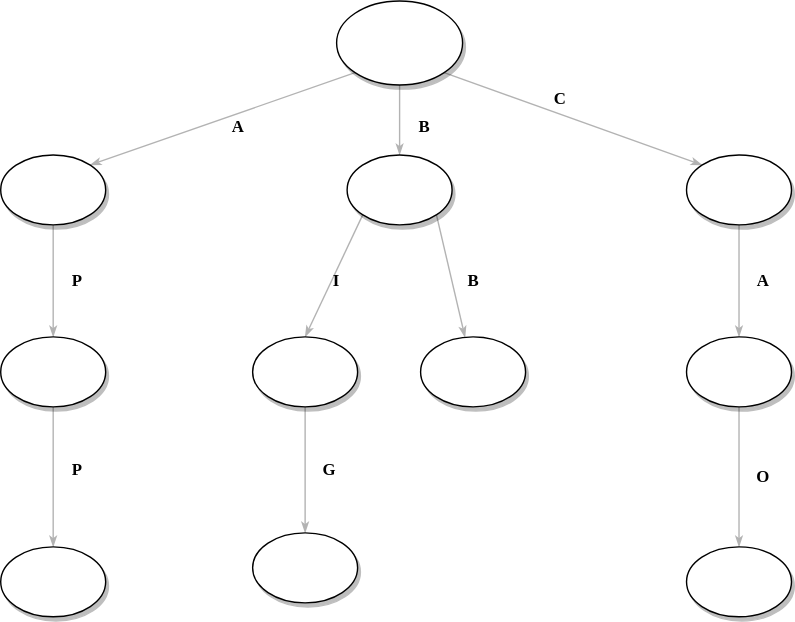
Earlier version of the draw.io export BasicComputerScience/Imgs/TrieDiagram.svg (HUAZHEYINy/NOTE). Source tidied: cells renumbered, new cells last; positions are measured from the earlier drawing's top-left corner, leaving out a move shared by most shapes.
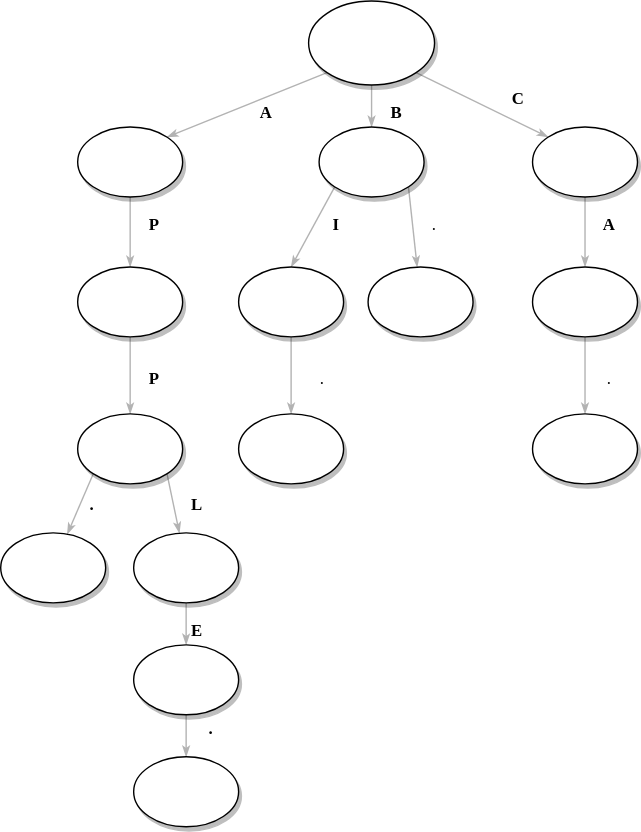
Above is the later version.

Change to the diagram source:
```diff
@@ -21,79 +21,118 @@
       <mxGeometry relative="1" as="geometry" />
     </mxCell>
     <mxCell id="8" style="ellipse;whiteSpace=wrap;html=1;rounded=0;shadow=1;comic=0;labelBackgroundColor=none;strokeWidth=1;fontFamily=Verdana;fontSize=12;align=center;" parent="1" vertex="1">
-      <mxGeometry x="247.5" y="110" width="75" height="50" as="geometry" />
+      <mxGeometry x="247.5" y="90" width="75" height="50" as="geometry" />
     </mxCell>
     <mxCell id="9" style="edgeStyle=none;rounded=1;html=1;labelBackgroundColor=none;startArrow=none;startFill=0;startSize=5;endArrow=classicThin;endFill=1;endSize=5;jettySize=auto;strokeColor=#B3B3B3;strokeWidth=1;fontFamily=Verdana;fontSize=12;" parent="1" edge="1" source="10" target="12">
       <mxGeometry relative="1" as="geometry" />
     </mxCell>
     <mxCell id="10" style="ellipse;whiteSpace=wrap;html=1;rounded=0;shadow=1;comic=0;labelBackgroundColor=none;strokeWidth=1;fontFamily=Verdana;fontSize=12;align=center;" parent="1" vertex="1">
-      <mxGeometry x="490" y="110" width="75" height="50" as="geometry" />
+      <mxGeometry x="400" y="90" width="75" height="50" as="geometry" />
     </mxCell>
     <mxCell id="11" style="edgeStyle=none;rounded=1;html=1;labelBackgroundColor=none;startArrow=none;startFill=0;startSize=5;endArrow=classicThin;endFill=1;endSize=5;jettySize=auto;strokeColor=#B3B3B3;strokeWidth=1;fontFamily=Verdana;fontSize=12;" parent="1" edge="1" source="12" target="13">
       <mxGeometry relative="1" as="geometry" />
     </mxCell>
     <mxCell id="12" style="ellipse;whiteSpace=wrap;html=1;rounded=0;shadow=1;comic=0;labelBackgroundColor=none;strokeWidth=1;fontFamily=Verdana;fontSize=12;align=center;" parent="1" vertex="1">
-      <mxGeometry x="490" y="240" width="75" height="50" as="geometry" />
+      <mxGeometry x="400" y="190" width="75" height="50" as="geometry" />
     </mxCell>
     <mxCell id="13" style="ellipse;whiteSpace=wrap;html=1;rounded=0;shadow=1;comic=0;labelBackgroundColor=none;strokeWidth=1;fontFamily=Verdana;fontSize=12;align=center;" parent="1" vertex="1">
-      <mxGeometry x="490" y="390" width="75" height="50" as="geometry" />
+      <mxGeometry x="400" y="295" width="75" height="50" as="geometry" />
     </mxCell>
     <mxCell id="14" style="edgeStyle=none;rounded=1;html=1;labelBackgroundColor=none;startArrow=none;startFill=0;startSize=5;endArrow=classicThin;endFill=1;endSize=5;jettySize=auto;strokeColor=#B3B3B3;strokeWidth=1;fontFamily=Verdana;fontSize=12;" parent="1" edge="1" source="15" target="17">
       <mxGeometry relative="1" as="geometry" />
     </mxCell>
     <mxCell id="15" style="ellipse;whiteSpace=wrap;html=1;rounded=0;shadow=1;comic=0;labelBackgroundColor=none;strokeWidth=1;fontFamily=Verdana;fontSize=12;align=center;" parent="1" vertex="1">
-      <mxGeometry y="110" width="75" height="50" as="geometry" />
+      <mxGeometry x="75" y="90" width="75" height="50" as="geometry" />
     </mxCell>
     <mxCell id="16" style="edgeStyle=none;jettySize=auto;html=1;exitX=0.5;exitY=1;exitDx=0;exitDy=0;labelBackgroundColor=none;startFill=0;startSize=5;endArrow=classicThin;endFill=1;endSize=5;strokeColor=#B3B3B3;strokeWidth=1;fontFamily=Verdana;fontSize=12;" parent="1" edge="1" source="17" target="18">
       <mxGeometry relative="1" as="geometry" />
     </mxCell>
     <mxCell id="17" style="ellipse;whiteSpace=wrap;html=1;rounded=0;shadow=1;comic=0;labelBackgroundColor=none;strokeWidth=1;fontFamily=Verdana;fontSize=12;align=center;" parent="1" vertex="1">
-      <mxGeometry y="240" width="75" height="50" as="geometry" />
+      <mxGeometry x="75" y="190" width="75" height="50" as="geometry" />
     </mxCell>
+    <mxCell id="33" style="edgeStyle=none;jettySize=auto;html=1;exitX=0;exitY=1;exitDx=0;exitDy=0;labelBackgroundColor=none;startFill=0;startSize=5;endArrow=classicThin;endFill=1;endSize=5;strokeColor=#B3B3B3;strokeWidth=1;fontFamily=Verdana;fontSize=12;" parent="1" edge="1" source="18" target="35">
+      <mxGeometry relative="1" as="geometry" />
+    </mxCell>
+    <mxCell id="34" style="edgeStyle=none;jettySize=auto;html=1;exitX=1;exitY=1;exitDx=0;exitDy=0;labelBackgroundColor=none;startFill=0;startSize=5;endArrow=classicThin;endFill=1;endSize=5;strokeColor=#B3B3B3;strokeWidth=1;fontFamily=Verdana;fontSize=12;" parent="1" edge="1" source="18" target="37">
+      <mxGeometry relative="1" as="geometry" />
+    </mxCell>
     <mxCell id="18" style="ellipse;whiteSpace=wrap;html=1;rounded=0;shadow=1;comic=0;labelBackgroundColor=none;strokeWidth=1;fontFamily=Verdana;fontSize=12;align=center;" parent="1" vertex="1">
-      <mxGeometry y="390" width="75" height="50" as="geometry" />
+      <mxGeometry x="75" y="295" width="75" height="50" as="geometry" />
     </mxCell>
     <mxCell id="19" value="&lt;b&gt;A&lt;/b&gt;" style="text;html=1;strokeColor=none;fillColor=none;align=center;verticalAlign=middle;whiteSpace=wrap;rounded=0;fontFamily=Verdana;fontSize=12;" parent="1" vertex="1">
-      <mxGeometry x="150" y="80" width="40" height="20" as="geometry" />
+      <mxGeometry x="190" y="70" width="40" height="20" as="geometry" />
     </mxCell>
     <mxCell id="20" value="&lt;b&gt;B&lt;/b&gt;" style="text;html=1;strokeColor=none;fillColor=none;align=center;verticalAlign=middle;whiteSpace=wrap;rounded=0;fontFamily=Verdana;fontSize=12;" parent="1" vertex="1">
-      <mxGeometry x="282.5" y="80" width="40" height="20" as="geometry" />
+      <mxGeometry x="282.5" y="70" width="40" height="20" as="geometry" />
     </mxCell>
     <mxCell id="21" value="&lt;b&gt;C&lt;/b&gt;" style="text;html=1;strokeColor=none;fillColor=none;align=center;verticalAlign=middle;whiteSpace=wrap;rounded=0;fontFamily=Verdana;fontSize=12;" parent="1" vertex="1">
-      <mxGeometry x="380" y="60" width="40" height="20" as="geometry" />
+      <mxGeometry x="370" y="60" width="40" height="20" as="geometry" />
     </mxCell>
     <mxCell id="22" value="&lt;b&gt;P&lt;/b&gt;" style="text;html=1;strokeColor=none;fillColor=none;align=center;verticalAlign=middle;whiteSpace=wrap;rounded=0;fontFamily=Verdana;fontSize=12;" parent="1" vertex="1">
-      <mxGeometry x="35" y="190" width="40" height="20" as="geometry" />
+      <mxGeometry x="110" y="150" width="40" height="20" as="geometry" />
     </mxCell>
     <mxCell id="23" value="&lt;b&gt;P&lt;/b&gt;" style="text;html=1;strokeColor=none;fillColor=none;align=center;verticalAlign=middle;whiteSpace=wrap;rounded=0;fontFamily=Verdana;fontSize=12;" parent="1" vertex="1">
-      <mxGeometry x="35" y="325" width="40" height="20" as="geometry" />
+      <mxGeometry x="110" y="260" width="40" height="20" as="geometry" />
     </mxCell>
     <mxCell id="24" style="edgeStyle=none;jettySize=auto;html=1;exitX=0.5;exitY=1;exitDx=0;exitDy=0;labelBackgroundColor=none;startFill=0;startSize=5;endArrow=classicThin;endFill=1;endSize=5;strokeColor=#B3B3B3;strokeWidth=1;fontFamily=Verdana;fontSize=12;" parent="1" edge="1" source="25" target="29">
       <mxGeometry relative="1" as="geometry" />
     </mxCell>
     <mxCell id="25" style="ellipse;whiteSpace=wrap;html=1;rounded=0;shadow=1;comic=0;labelBackgroundColor=none;strokeWidth=1;fontFamily=Verdana;fontSize=12;align=center;" parent="1" vertex="1">
-      <mxGeometry x="180" y="240" width="75" height="50" as="geometry" />
+      <mxGeometry x="190" y="190" width="75" height="50" as="geometry" />
     </mxCell>
     <mxCell id="26" style="ellipse;whiteSpace=wrap;html=1;rounded=0;shadow=1;comic=0;labelBackgroundColor=none;strokeWidth=1;fontFamily=Verdana;fontSize=12;align=center;" parent="1" vertex="1">
-      <mxGeometry x="300" y="240" width="75" height="50" as="geometry" />
+      <mxGeometry x="282.5" y="190" width="75" height="50" as="geometry" />
     </mxCell>
     <mxCell id="27" value="&lt;b&gt;I&lt;/b&gt;" style="text;html=1;strokeColor=none;fillColor=none;align=center;verticalAlign=middle;whiteSpace=wrap;rounded=0;fontFamily=Verdana;fontSize=12;" parent="1" vertex="1">
-      <mxGeometry x="220" y="190" width="40" height="20" as="geometry" />
+      <mxGeometry x="240" y="150" width="40" height="20" as="geometry" />
     </mxCell>
-    <mxCell id="28" value="&lt;b&gt;B&lt;/b&gt;" style="text;html=1;strokeColor=none;fillColor=none;align=center;verticalAlign=middle;whiteSpace=wrap;rounded=0;fontFamily=Verdana;fontSize=12;" parent="1" vertex="1">
-      <mxGeometry x="317.5" y="190" width="40" height="20" as="geometry" />
+    <mxCell id="28" value="." style="text;html=1;strokeColor=none;fillColor=none;align=center;verticalAlign=middle;whiteSpace=wrap;rounded=0;fontFamily=Verdana;fontSize=12;" parent="1" vertex="1">
+      <mxGeometry x="310" y="150" width="40" height="20" as="geometry" />
     </mxCell>
     <mxCell id="29" style="ellipse;whiteSpace=wrap;html=1;rounded=0;shadow=1;comic=0;labelBackgroundColor=none;strokeWidth=1;fontFamily=Verdana;fontSize=12;align=center;" parent="1" vertex="1">
-      <mxGeometry x="180" y="380" width="75" height="50" as="geometry" />
+      <mxGeometry x="190" y="295" width="75" height="50" as="geometry" />
     </mxCell>
-    <mxCell id="30" value="&lt;b&gt;G&lt;/b&gt;" style="text;html=1;strokeColor=none;fillColor=none;align=center;verticalAlign=middle;whiteSpace=wrap;rounded=0;fontFamily=Verdana;fontSize=12;" parent="1" vertex="1">
-      <mxGeometry x="215" y="325" width="40" height="20" as="geometry" />
+    <mxCell id="30" value="." style="text;html=1;strokeColor=none;fillColor=none;align=center;verticalAlign=middle;whiteSpace=wrap;rounded=0;fontFamily=Verdana;fontSize=12;" parent="1" vertex="1">
+      <mxGeometry x="230" y="260" width="40" height="20" as="geometry" />
     </mxCell>
     <mxCell id="31" value="&lt;b&gt;A&lt;/b&gt;" style="text;html=1;strokeColor=none;fillColor=none;align=center;verticalAlign=middle;whiteSpace=wrap;rounded=0;fontFamily=Verdana;fontSize=12;" parent="1" vertex="1">
-      <mxGeometry x="525" y="190" width="40" height="20" as="geometry" />
+      <mxGeometry x="435" y="150" width="40" height="20" as="geometry" />
     </mxCell>
-    <mxCell id="32" value="&lt;b&gt;O&lt;/b&gt;" style="text;html=1;strokeColor=none;fillColor=none;align=center;verticalAlign=middle;whiteSpace=wrap;rounded=0;fontFamily=Verdana;fontSize=12;" parent="1" vertex="1">
-      <mxGeometry x="525" y="330" width="40" height="20" as="geometry" />
+    <mxCell id="32" value="." style="text;html=1;strokeColor=none;fillColor=none;align=center;verticalAlign=middle;whiteSpace=wrap;rounded=0;fontFamily=Verdana;fontSize=12;" parent="1" vertex="1">
+      <mxGeometry x="435" y="260" width="40" height="20" as="geometry" />
     </mxCell>
+    <mxCell id="35" style="ellipse;whiteSpace=wrap;html=1;rounded=0;shadow=1;comic=0;labelBackgroundColor=none;strokeWidth=1;fontFamily=Verdana;fontSize=12;align=center;" parent="1" vertex="1">
+      <mxGeometry x="20" y="380" width="75" height="50" as="geometry" />
+    </mxCell>
+    <mxCell id="36" style="edgeStyle=none;jettySize=auto;html=1;exitX=0.5;exitY=1;exitDx=0;exitDy=0;entryX=0.5;entryY=0;entryDx=0;entryDy=0;labelBackgroundColor=none;startFill=0;startSize=5;endArrow=classicThin;endFill=1;endSize=5;strokeColor=#B3B3B3;strokeWidth=1;fontFamily=Verdana;fontSize=12;" parent="1" edge="1" source="37" target="41">
+      <mxGeometry relative="1" as="geometry" />
+    </mxCell>
+    <mxCell id="37" style="ellipse;whiteSpace=wrap;html=1;rounded=0;shadow=1;comic=0;labelBackgroundColor=none;strokeWidth=1;fontFamily=Verdana;fontSize=12;align=center;" parent="1" vertex="1">
+      <mxGeometry x="115" y="380" width="75" height="50" as="geometry" />
+    </mxCell>
+    <mxCell id="38" value="&lt;b&gt;.&lt;/b&gt;" style="text;html=1;align=center;verticalAlign=middle;fontSize=12;fontFamily=Verdana;" parent="1" vertex="1">
+      <mxGeometry x="75" y="350" width="20" height="20" as="geometry" />
+    </mxCell>
+    <mxCell id="39" value="&lt;b&gt;L&lt;/b&gt;" style="text;html=1;align=center;verticalAlign=middle;fontSize=12;fontFamily=Verdana;" parent="1" vertex="1">
+      <mxGeometry x="150" y="350" width="20" height="20" as="geometry" />
+    </mxCell>
+    <mxCell id="40" style="edgeStyle=none;jettySize=auto;html=1;exitX=0.5;exitY=1;exitDx=0;exitDy=0;labelBackgroundColor=none;startFill=0;startSize=5;endArrow=classicThin;endFill=1;endSize=5;strokeColor=#B3B3B3;strokeWidth=1;fontFamily=Verdana;fontSize=12;" parent="1" edge="1" source="41" target="43">
+      <mxGeometry relative="1" as="geometry" />
+    </mxCell>
+    <mxCell id="41" style="ellipse;whiteSpace=wrap;html=1;rounded=0;shadow=1;comic=0;labelBackgroundColor=none;strokeWidth=1;fontFamily=Verdana;fontSize=12;align=center;" parent="1" vertex="1">
+      <mxGeometry x="115" y="460" width="75" height="50" as="geometry" />
+    </mxCell>
+    <mxCell id="42" value="&lt;b&gt;E&lt;/b&gt;" style="text;html=1;align=center;verticalAlign=middle;fontSize=12;fontFamily=Verdana;" parent="1" vertex="1">
+      <mxGeometry x="150" y="440" width="20" height="20" as="geometry" />
+    </mxCell>
+    <mxCell id="43" style="ellipse;whiteSpace=wrap;html=1;rounded=0;shadow=1;comic=0;labelBackgroundColor=none;strokeWidth=1;fontFamily=Verdana;fontSize=12;align=center;" parent="1" vertex="1">
+      <mxGeometry x="115" y="540" width="75" height="50" as="geometry" />
+    </mxCell>
+    <mxCell id="44" style="edgeStyle=none;orthogonalLoop=1;jettySize=auto;html=1;entryX=0.5;entryY=0;entryDx=0;entryDy=0;labelBackgroundColor=none;startFill=0;startSize=5;endArrow=classicThin;endFill=1;endSize=5;strokeColor=#B3B3B3;strokeWidth=1;fontFamily=Verdana;fontSize=12;" parent="1" edge="1" source="43" target="43">
+      <mxGeometry relative="1" as="geometry" />
+    </mxCell>
+    <mxCell id="45" value="&lt;b&gt;.&lt;/b&gt;" style="text;html=1;align=center;verticalAlign=middle;fontSize=12;fontFamily=Verdana;" parent="1" vertex="1">
+      <mxGeometry x="160" y="510" width="20" height="20" as="geometry" />
+    </mxCell>
   </root>
 </mxGraphModel>
```
